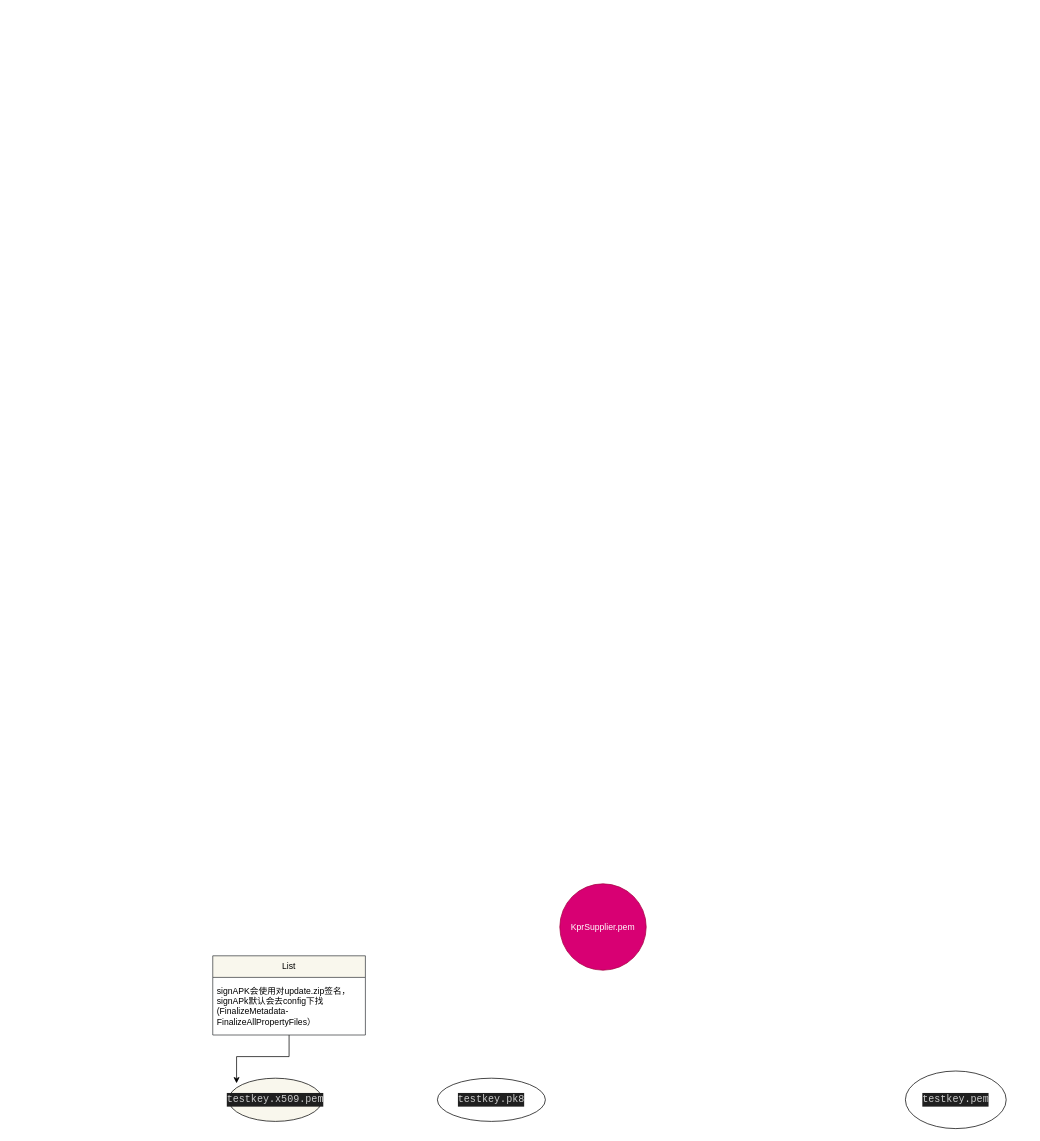
Before: 24MM/releaseTool/releaseToolKey.drawio in selfheart/study, a draw.io diagram. Source tidied: cells renumbered, new cells numbered last; positions are measured from the earlier drawing's top-left corner, leaving out a move shared by most shapes. Both pictures are drawn from the tidied source at 72%, with x=0, y=0 at pixel (212, 883).
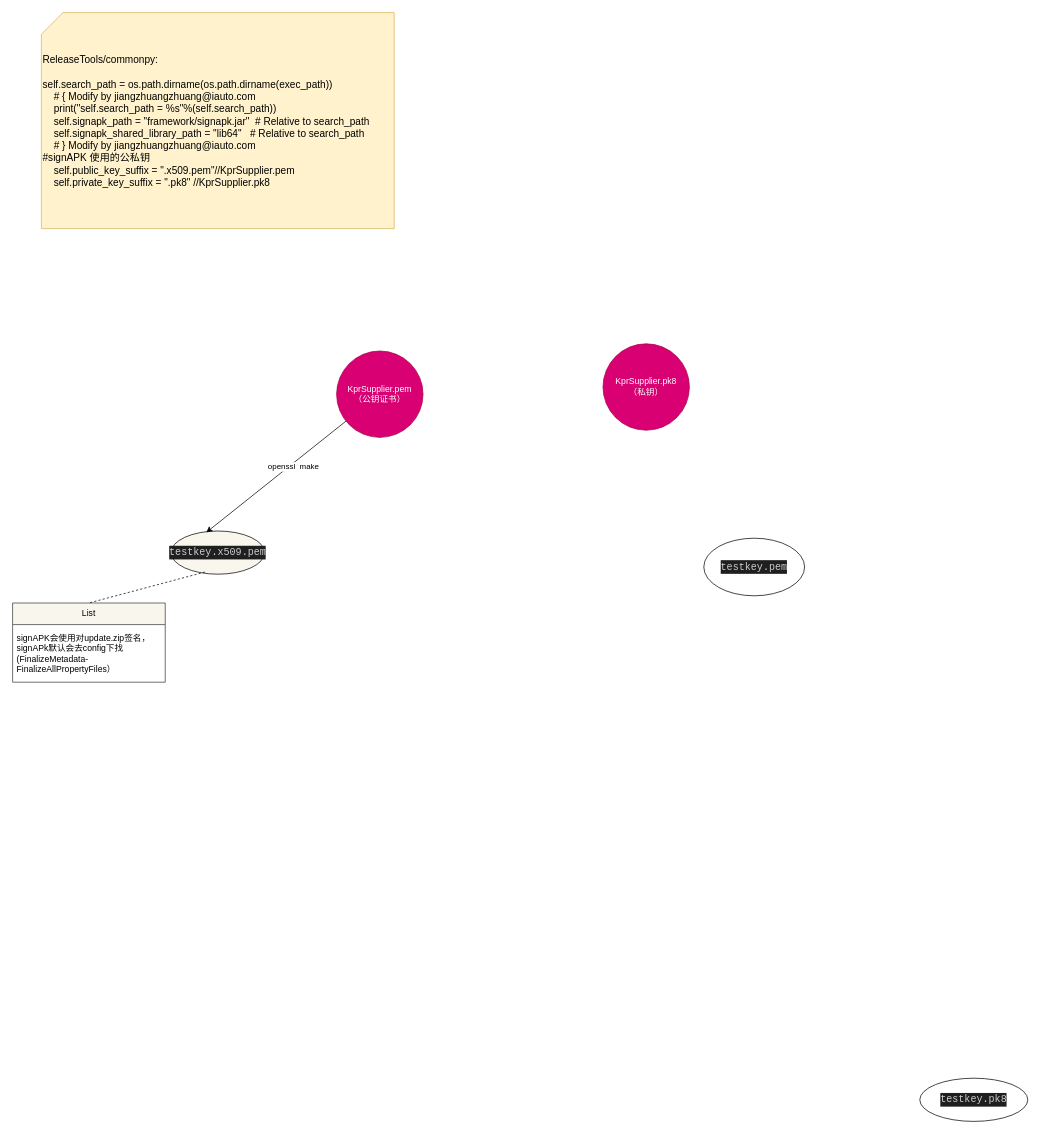
After the change.

The edit, as a diff of the source:
```diff
@@
 <mxGraphModel>
   <root>
     <mxCell id="0" />
     <mxCell id="1" parent="0" />
-    <mxCell id="2" value="KprSupplier.pem" style="ellipse;whiteSpace=wrap;html=1;fillColor=#d80073;strokeColor=#A50040;fontColor=#ffffff;" parent="1" vertex="1">
-      <mxGeometry x="482" width="120" height="120" as="geometry" />
+    <mxCell id="2" value="KprSupplier.pem&lt;br&gt;（公钥证书）" style="ellipse;whiteSpace=wrap;html=1;fillColor=#d80073;strokeColor=#A50040;fontColor=#ffffff;" parent="1" vertex="1">
+      <mxGeometry x="172" y="-740" width="120" height="120" as="geometry" />
     </mxCell>
     <mxCell id="3" value="&lt;div style=&quot;color: rgb(204, 204, 204); background-color: rgb(31, 31, 31); font-family: Consolas, &amp;quot;Courier New&amp;quot;, monospace; font-size: 14px; line-height: 19px;&quot;&gt;testkey.x509.pem&lt;/div&gt;" style="ellipse;whiteSpace=wrap;html=1;fillColor=#f9f7ed;strokeColor=default;gradientColor=none;" parent="1" vertex="1">
-      <mxGeometry x="22" y="270" width="130" height="60" as="geometry" />
+      <mxGeometry x="-58" y="-490" width="130" height="60" as="geometry" />
     </mxCell>
     <mxCell id="4" value="&lt;div style=&quot;color: rgb(204, 204, 204); background-color: rgb(31, 31, 31); font-family: Consolas, &amp;quot;Courier New&amp;quot;, monospace; font-size: 14px; line-height: 19px;&quot;&gt;testkey.pk8&lt;/div&gt;" style="ellipse;whiteSpace=wrap;html=1;" parent="1" vertex="1">
-      <mxGeometry x="312" y="270" width="150" height="60" as="geometry" />
+      <mxGeometry x="982" y="270" width="150" height="60" as="geometry" />
     </mxCell>
-    <mxCell id="5" style="edgeStyle=orthogonalEdgeStyle;rounded=0;jettySize=auto;html=1;entryX=0.085;entryY=0.117;entryDx=0;entryDy=0;entryPerimeter=0;" parent="1" edge="1" source="6" target="3">
-      <mxGeometry relative="1" as="geometry" />
-    </mxCell>
     <mxCell id="6" value="List" style="swimlane;fontStyle=0;horizontal=1;startSize=30;whiteSpace=wrap;html=1;fillColor=#f9f7ed;strokeColor=#36393d;" parent="1" vertex="1">
-      <mxGeometry y="100" width="212" height="110" as="geometry" />
+      <mxGeometry x="-278" y="-390" width="212" height="110" as="geometry" />
     </mxCell>
     <mxCell id="7" value="signAPK会使用对update.zip签名，signAPk默认会去config下找(FinalizeMetadata-FinalizeAllPropertyFiles）" style="text;strokeColor=none;fillColor=none;align=left;verticalAlign=middle;spacingLeft=4;spacingRight=4;overflow=hidden;whiteSpace=wrap;html=1;" parent="6" vertex="1">
       <mxGeometry y="30" width="212" height="80" as="geometry" />
     </mxCell>
     <mxCell id="8" value="&lt;div style=&quot;color: rgb(204, 204, 204); background-color: rgb(31, 31, 31); font-family: Consolas, &amp;quot;Courier New&amp;quot;, monospace; font-size: 14px; line-height: 19px;&quot;&gt;testkey.pem&lt;/div&gt;" style="ellipse;whiteSpace=wrap;html=1;" parent="1" vertex="1">
-      <mxGeometry x="962" y="260" width="140" height="80" as="geometry" />
+      <mxGeometry x="682" y="-480" width="140" height="80" as="geometry" />
     </mxCell>
+    <mxCell id="9" value="KprSupplier.pk8&lt;br&gt;（私钥）" style="ellipse;whiteSpace=wrap;html=1;fillColor=#d80073;strokeColor=#A50040;fontColor=#ffffff;" parent="1" vertex="1">
+      <mxGeometry x="542" y="-750" width="120" height="120" as="geometry" />
+    </mxCell>
+    <mxCell id="10" value="ReleaseTools/commonpy:&#10;&#10;self.search_path = os.path.dirname(os.path.dirname(exec_path))&#10;    # { Modify by jiangzhuangzhuang@iauto.com&#10;    print(&quot;self.search_path = %s&quot;%(self.search_path))&#10;    self.signapk_path = &quot;framework/signapk.jar&quot;  # Relative to search_path&#10;    self.signapk_shared_library_path = &quot;lib64&quot;   # Relative to search_path&#10;    # } Modify by jiangzhuangzhuang@iauto.com&#10;#signAPK 使用的公私钥&#10;    self.public_key_suffix = &quot;.x509.pem&quot;//KprSupplier.pem&#10;    self.private_key_suffix = &quot;.pk8&quot; //KprSupplier.pk8" style="shape=card;strokeColor=#d6b656;align=left;fontSize=14;fillColor=#fff2cc;" parent="1" vertex="1">
+      <mxGeometry x="-238" y="-1210" width="490" height="300" as="geometry" />
+    </mxCell>
+    <mxCell id="11" style="endArrow=classic;html=1;rounded=0;entryX=0.377;entryY=0.033;entryDx=0;entryDy=0;entryPerimeter=0;" parent="1" edge="1" source="2" target="3">
+      <mxGeometry relative="1" as="geometry" />
+    </mxCell>
+    <mxCell id="12" value="openssl&amp;nbsp; make" style="edgeLabel;html=1;align=center;verticalAlign=middle;" parent="11" vertex="1">
+      <mxGeometry x="-0.22" y="3" relative="1" as="geometry" />
+    </mxCell>
+    <mxCell id="13" style="endArrow=none;dashed=1;html=1;rounded=0;exitX=0.362;exitY=0.95;exitDx=0;exitDy=0;exitPerimeter=0;entryX=0.5;entryY=0;entryDx=0;entryDy=0;" parent="1" edge="1" source="3" target="6">
+      <mxGeometry relative="1" as="geometry" />
+    </mxCell>
   </root>
 </mxGraphModel>
```
